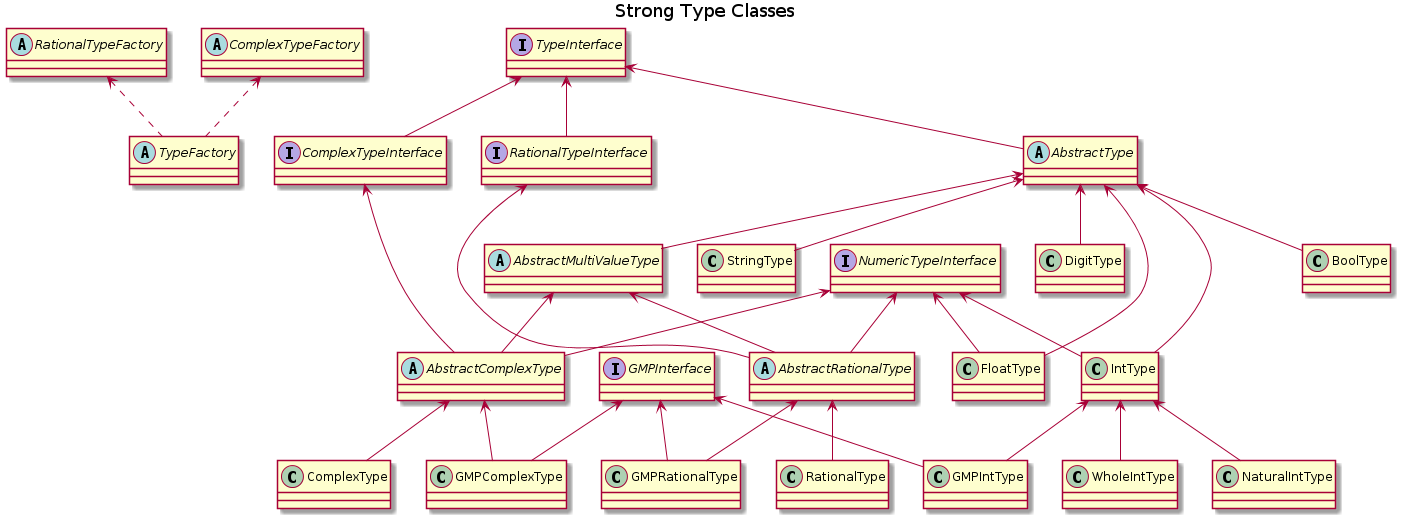
chippyash/Strong-Type keeps this PlantUML diagram as docs/strong-type-class.png. Above is the earlier version.
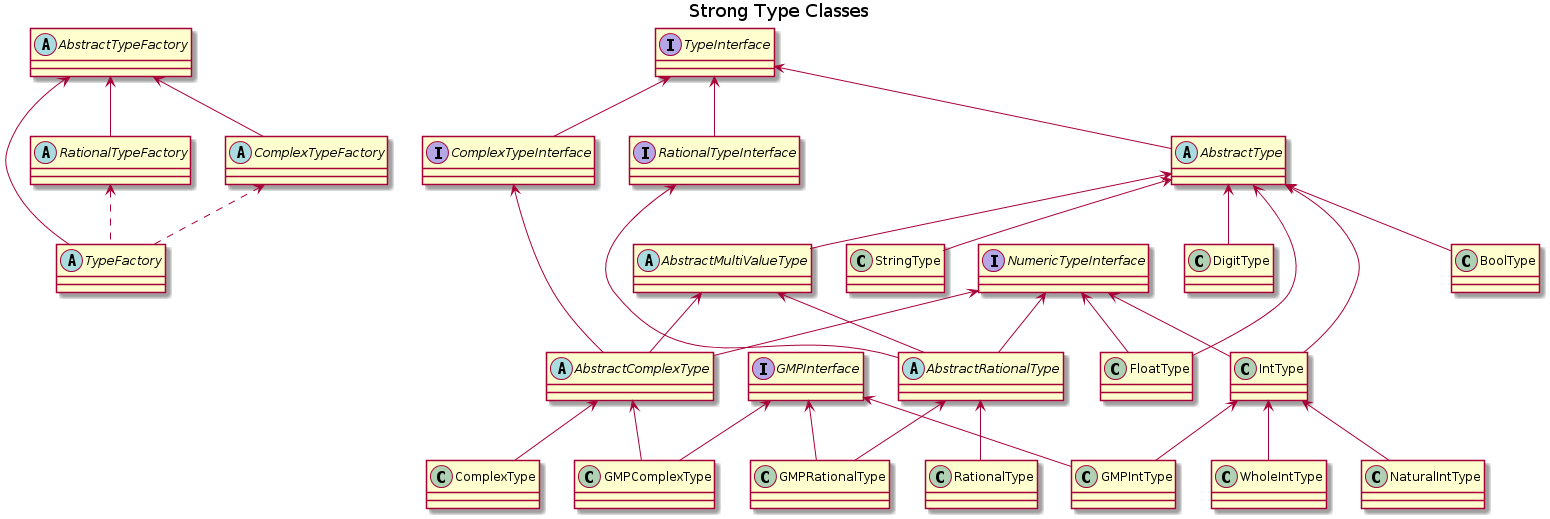
Above is the later version.

Commit message:
update uml diagram image

What changed in the source:
```diff
@@ -1,14 +1,13 @@
 @startuml
 title Strong Type Classes
+
+abstract class AbstractTypeFactory
 
 abstract class TypeFactory
 
 abstract class RationalTypeFactory
 
 abstract class ComplexTypeFactory
-
-RationalTypeFactory <.. TypeFactory
-ComplexTypeFactory <.. TypeFactory
 
 interface ComplexTypeInterface
 
@@ -52,6 +51,12 @@
 
 class GMPComplexType
 
+AbstractTypeFactory <-- TypeFactory
+AbstractTypeFactory <-- RationalTypeFactory
+AbstractTypeFactory <-- ComplexTypeFactory
+RationalTypeFactory <.. TypeFactory
+ComplexTypeFactory <.. TypeFactory
+
 TypeInterface <-- AbstractType
 TypeInterface <-- ComplexTypeInterface
 TypeInterface <-- RationalTypeInterface
```
